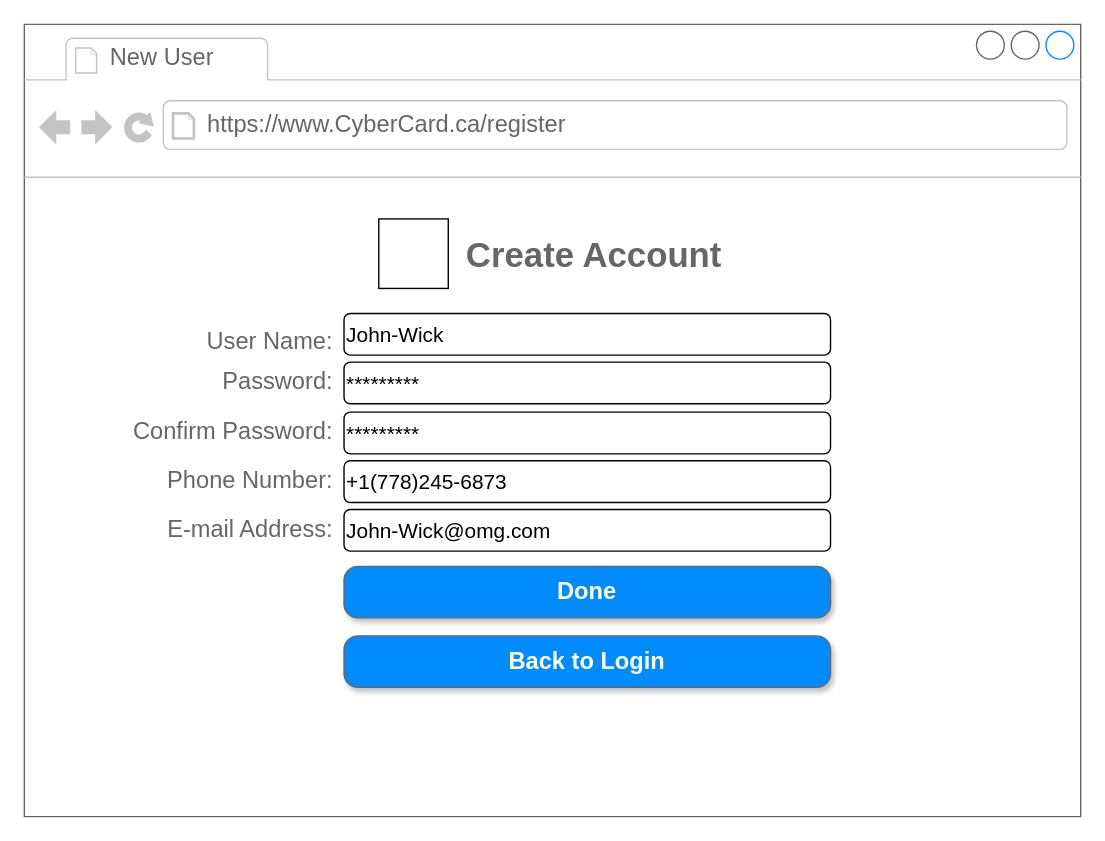
Earlier version of the draw.io diagram wireframes/Register_Login/Register.drawio (harleenjhamat/CSTP2107-BusinessCardApp). Source tidied: cells renumbered, new cells numbered last; positions are measured from the earlier drawing's top-left corner, leaving out a move shared by most shapes. Both pictures are drawn from the tidied source at 139%, with x=0, y=0 at pixel (24, 24).
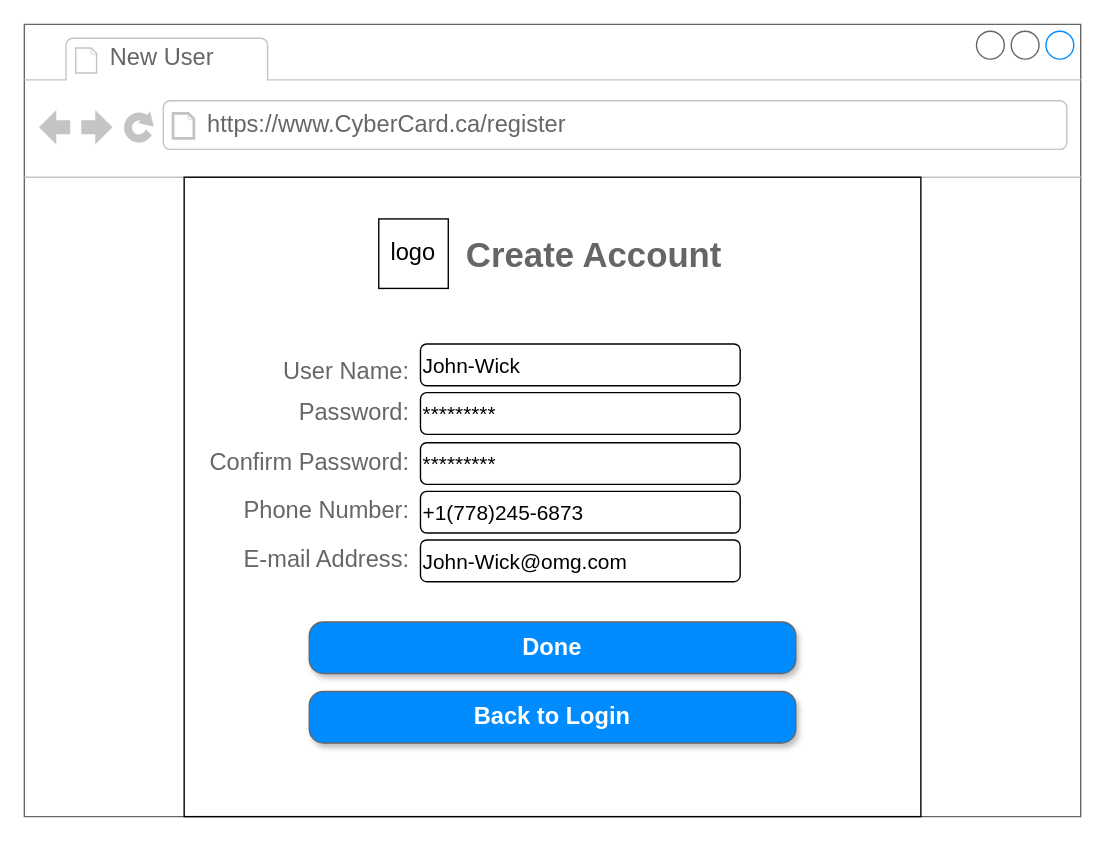
The same diagram, later.

The change refers to these unchanged cells:
```xml
<mxCell id="2" style="strokeWidth=1;shadow=0;dashed=0;align=center;html=1;shape=mxgraph.mockup.containers.browserWindow;rSize=0;strokeColor=#666666;strokeColor2=#008cff;strokeColor3=#c4c4c4;mainText=,;" parent="1" vertex="1">
  <mxGeometry width="760" height="570" as="geometry" />
</mxCell>
```

The edit, as a diff of the source:
```diff
@@
+    <mxCell id="19" style="rounded=0;whiteSpace=wrap;html=1;" parent="2" vertex="1">
+      <mxGeometry x="115" y="110" width="530" height="460" as="geometry" />
+    </mxCell>
@@
+    <mxCell id="11" value="Create Account" style="strokeWidth=1;shadow=0;dashed=0;align=center;html=1;shape=mxgraph.mockup.forms.anchor;align=right;spacingRight=2;fontColor=#666666;fontSize=25;fontFamily=Helvetica;fontStyle=1;" parent="2" vertex="1">
+      <mxGeometry x="305" y="150" width="200" height="30" as="geometry" />
+    </mxCell>
+    <mxCell id="18" value="logo" style="whiteSpace=wrap;html=1;fontFamily=Helvetica;fontSize=17;align=center;" parent="2" vertex="1">
+      <mxGeometry x="255" y="140" width="50" height="50" as="geometry" />
+    </mxCell>
+    <mxCell id="20" style="group;" parent="2" vertex="1">
+      <mxGeometry x="125" y="230" width="510" height="269" as="geometry" />
+    </mxCell>
-    <mxCell id="5" value="User Name:&amp;nbsp;" style="strokeWidth=1;shadow=0;dashed=0;align=center;html=1;shape=mxgraph.mockup.forms.anchor;align=right;spacingRight=2;fontColor=#666666;fontSize=17;" parent="2" vertex="1">
-      <mxGeometry x="120" y="220" width="110" height="18" as="geometry" />
+    <mxCell id="5" value="User Name:&amp;nbsp;" style="strokeWidth=1;shadow=0;dashed=0;align=center;html=1;shape=mxgraph.mockup.forms.anchor;align=right;spacingRight=2;fontColor=#666666;fontSize=17;" parent="20" vertex="1">
+      <mxGeometry x="50" y="12" width="110" height="18" as="geometry" />
     </mxCell>
-    <mxCell id="6" value="Confirm Password:&amp;nbsp;" style="strokeWidth=1;shadow=0;dashed=0;align=center;html=1;shape=mxgraph.mockup.forms.anchor;align=right;spacingRight=2;fontColor=#666666;fontSize=17;" parent="2" vertex="1">
-      <mxGeometry x="70" y="285" width="160" height="18" as="geometry" />
+    <mxCell id="6" value="Confirm Password:&amp;nbsp;" style="strokeWidth=1;shadow=0;dashed=0;align=center;html=1;shape=mxgraph.mockup.forms.anchor;align=right;spacingRight=2;fontColor=#666666;fontSize=17;" parent="20" vertex="1">
+      <mxGeometry y="77" width="160" height="18" as="geometry" />
     </mxCell>
-    <mxCell id="7" value="Phone Number:&amp;nbsp;" style="strokeWidth=1;shadow=0;dashed=0;align=center;html=1;shape=mxgraph.mockup.forms.anchor;align=right;spacingRight=2;fontColor=#666666;fontSize=17;" parent="2" vertex="1">
-      <mxGeometry x="180" y="320" width="50" height="18" as="geometry" />
+    <mxCell id="7" value="Phone Number:&amp;nbsp;" style="strokeWidth=1;shadow=0;dashed=0;align=center;html=1;shape=mxgraph.mockup.forms.anchor;align=right;spacingRight=2;fontColor=#666666;fontSize=17;" parent="20" vertex="1">
+      <mxGeometry x="110" y="112" width="50" height="18" as="geometry" />
     </mxCell>
-    <mxCell id="8" value="E-mail Address:&amp;nbsp;" style="strokeWidth=1;shadow=0;dashed=0;align=center;html=1;shape=mxgraph.mockup.forms.anchor;align=right;spacingRight=2;fontColor=#666666;fontSize=17;" parent="2" vertex="1">
-      <mxGeometry x="180" y="355" width="50" height="18" as="geometry" />
+    <mxCell id="8" value="E-mail Address:&amp;nbsp;" style="strokeWidth=1;shadow=0;dashed=0;align=center;html=1;shape=mxgraph.mockup.forms.anchor;align=right;spacingRight=2;fontColor=#666666;fontSize=17;" parent="20" vertex="1">
+      <mxGeometry x="110" y="147" width="50" height="18" as="geometry" />
     </mxCell>
-    <mxCell id="9" value="Done" style="strokeWidth=1;shadow=1;dashed=0;align=center;html=1;shape=mxgraph.mockup.buttons.button;strokeColor=#666666;fontColor=#ffffff;mainText=;buttonStyle=round;fontSize=17;fontStyle=1;fillColor=#008cff;whiteSpace=wrap;sketch=0;" parent="2" vertex="1">
-      <mxGeometry x="230" y="390" width="350" height="37" as="geometry" />
-    </mxCell>
-    <mxCell id="10" value="Password:&amp;nbsp;" style="strokeWidth=1;shadow=0;dashed=0;align=center;html=1;shape=mxgraph.mockup.forms.anchor;align=right;spacingRight=2;fontColor=#666666;fontSize=17;" parent="2" vertex="1">
-      <mxGeometry x="120" y="249" width="110" height="18" as="geometry" />
+    <mxCell id="10" value="Password:&amp;nbsp;" style="strokeWidth=1;shadow=0;dashed=0;align=center;html=1;shape=mxgraph.mockup.forms.anchor;align=right;spacingRight=2;fontColor=#666666;fontSize=17;" parent="20" vertex="1">
+      <mxGeometry x="50" y="41" width="110" height="18" as="geometry" />
     </mxCell>
-    <mxCell id="11" value="Create Account" style="strokeWidth=1;shadow=0;dashed=0;align=center;html=1;shape=mxgraph.mockup.forms.anchor;align=right;spacingRight=2;fontColor=#666666;fontSize=25;fontFamily=Helvetica;fontStyle=1;" parent="2" vertex="1">
-      <mxGeometry x="305" y="150" width="200" height="30" as="geometry" />
-    </mxCell>
-    <mxCell id="12" value="&lt;font style=&quot;font-size: 15px&quot;&gt;John-Wick&lt;/font&gt;" style="rounded=1;whiteSpace=wrap;html=1;align=left;" parent="2" vertex="1">
-      <mxGeometry x="230" y="208" width="350" height="30" as="geometry" />
+    <mxCell id="12" value="&lt;font style=&quot;font-size: 15px&quot;&gt;John-Wick&lt;/font&gt;" style="rounded=1;whiteSpace=wrap;html=1;align=left;" parent="20" vertex="1">
+      <mxGeometry x="160" width="230" height="30" as="geometry" />
     </mxCell>
-    <mxCell id="13" value="&lt;font style=&quot;font-size: 15px&quot;&gt;*********&lt;/font&gt;" style="rounded=1;whiteSpace=wrap;html=1;align=left;" parent="2" vertex="1">
-      <mxGeometry x="230" y="243" width="350" height="30" as="geometry" />
+    <mxCell id="13" value="&lt;font style=&quot;font-size: 15px&quot;&gt;*********&lt;/font&gt;" style="rounded=1;whiteSpace=wrap;html=1;align=left;" parent="20" vertex="1">
+      <mxGeometry x="160" y="35" width="230" height="30" as="geometry" />
     </mxCell>
-    <mxCell id="14" value="&lt;font style=&quot;font-size: 15px&quot;&gt;*********&lt;/font&gt;" style="rounded=1;whiteSpace=wrap;html=1;align=left;" parent="2" vertex="1">
-      <mxGeometry x="230" y="279" width="350" height="30" as="geometry" />
+    <mxCell id="14" value="&lt;font style=&quot;font-size: 15px&quot;&gt;*********&lt;/font&gt;" style="rounded=1;whiteSpace=wrap;html=1;align=left;" parent="20" vertex="1">
+      <mxGeometry x="160" y="71" width="230" height="30" as="geometry" />
     </mxCell>
-    <mxCell id="15" value="&lt;span style=&quot;font-size: 15px&quot;&gt;+1(778)245-6873&lt;/span&gt;" style="rounded=1;whiteSpace=wrap;html=1;align=left;" parent="2" vertex="1">
-      <mxGeometry x="230" y="314" width="350" height="30" as="geometry" />
+    <mxCell id="15" value="&lt;span style=&quot;font-size: 15px&quot;&gt;+1(778)245-6873&lt;/span&gt;" style="rounded=1;whiteSpace=wrap;html=1;align=left;" parent="20" vertex="1">
+      <mxGeometry x="160" y="106" width="230" height="30" as="geometry" />
     </mxCell>
-    <mxCell id="16" value="&lt;font style=&quot;font-size: 15px&quot;&gt;John-Wick@omg.com&lt;/font&gt;" style="rounded=1;whiteSpace=wrap;html=1;align=left;" parent="2" vertex="1">
-      <mxGeometry x="230" y="349" width="350" height="30" as="geometry" />
+    <mxCell id="16" value="&lt;font style=&quot;font-size: 15px&quot;&gt;John-Wick@omg.com&lt;/font&gt;" style="rounded=1;whiteSpace=wrap;html=1;align=left;" parent="20" vertex="1">
+      <mxGeometry x="160" y="141" width="230" height="30" as="geometry" />
     </mxCell>
+    <mxCell id="9" value="Done" style="strokeWidth=1;shadow=1;dashed=0;align=center;html=1;shape=mxgraph.mockup.buttons.button;strokeColor=#666666;fontColor=#ffffff;mainText=;buttonStyle=round;fontSize=17;fontStyle=1;fillColor=#008cff;whiteSpace=wrap;sketch=0;" parent="2" vertex="1">
+      <mxGeometry x="205" y="430" width="350" height="37" as="geometry" />
+    </mxCell>
     <mxCell id="17" value="Back to Login" style="strokeWidth=1;shadow=1;dashed=0;align=center;html=1;shape=mxgraph.mockup.buttons.button;strokeColor=#666666;fontColor=#ffffff;mainText=;buttonStyle=round;fontSize=17;fontStyle=1;fillColor=#008cff;whiteSpace=wrap;sketch=0;" parent="2" vertex="1">
-      <mxGeometry x="230" y="440" width="350" height="37" as="geometry" />
+      <mxGeometry x="205" y="480" width="350" height="37" as="geometry" />
     </mxCell>
-    <mxCell id="18" style="whiteSpace=wrap;html=1;fontFamily=Helvetica;fontSize=17;align=center;" parent="2" vertex="1">
-      <mxGeometry x="255" y="140" width="50" height="50" as="geometry" />
-    </mxCell>
```
